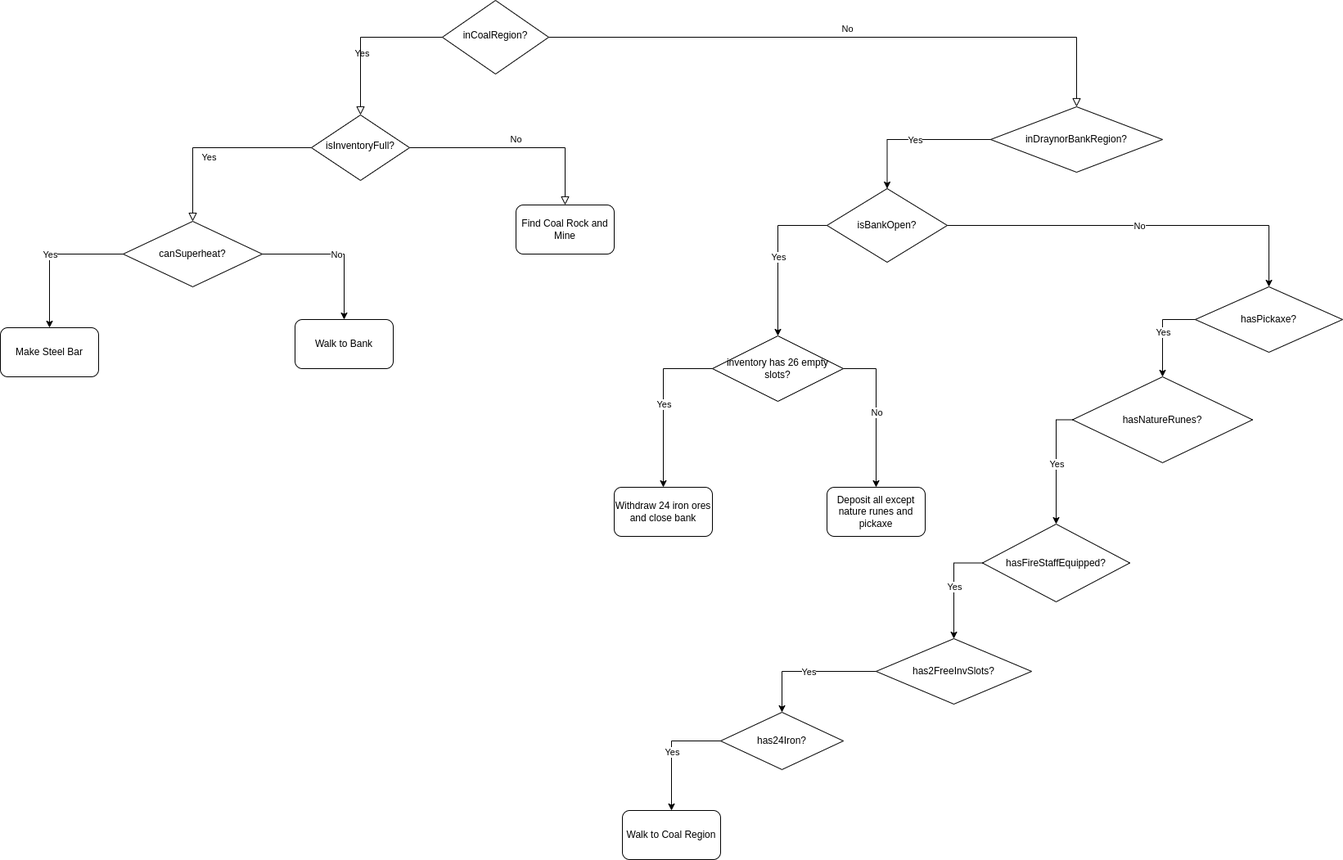
Above: flowchart.png in palyfight/superheat-bot (draw.io), before the change. Source tidied: cells renumbered, new cells last; positions are measured from the earlier drawing's top-left corner, leaving out a move shared by most shapes.
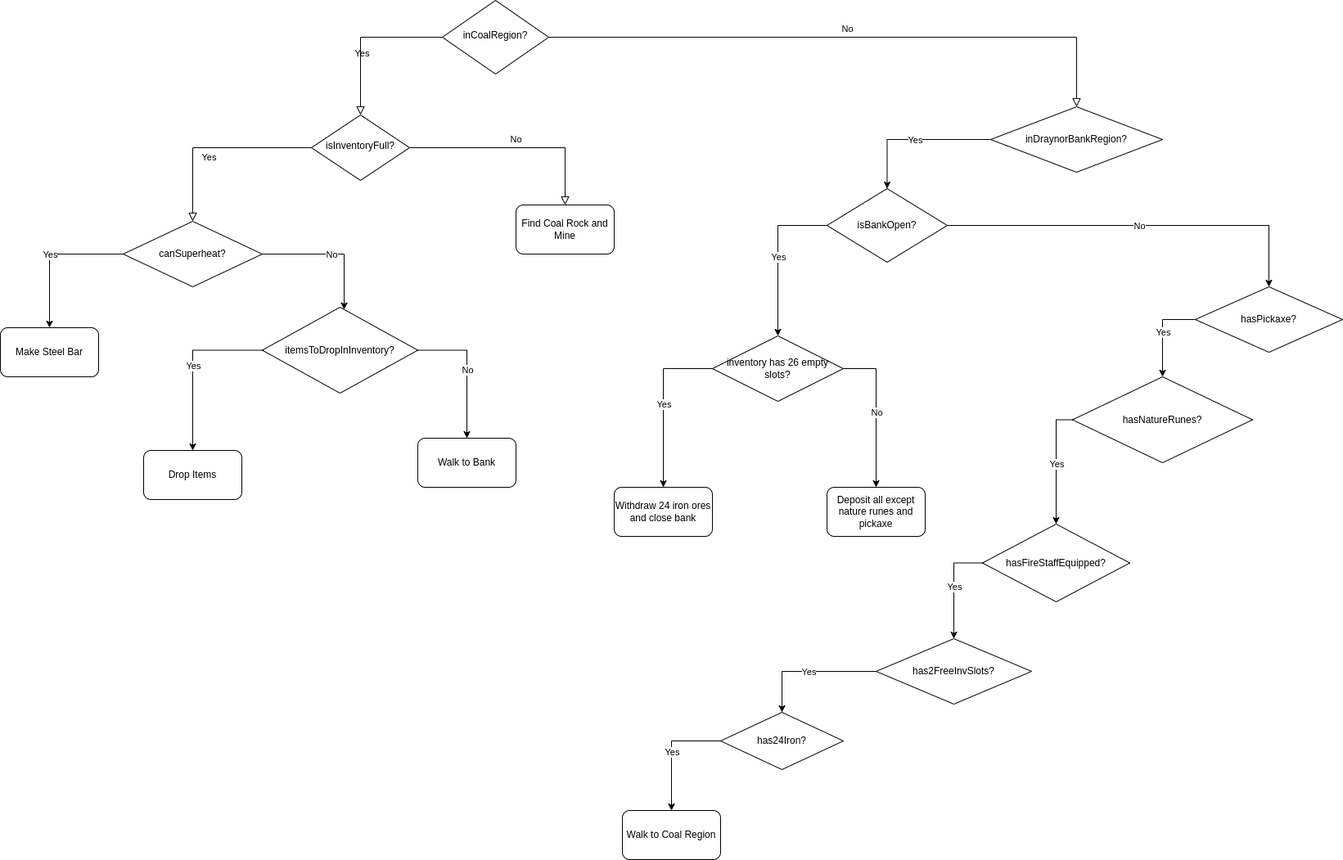
The same file after the commit.

What changed in the source:
```diff
@@ -32,7 +32,7 @@
     <mxCell id="11" value="Make Steel Bar" style="rounded=1;whiteSpace=wrap;html=1;" parent="1" vertex="1">
       <mxGeometry y="400" width="120" height="60" as="geometry" />
     </mxCell>
-    <mxCell id="12" style="endArrow=classic;html=1;rounded=0;exitX=1;exitY=0.5;exitDx=0;exitDy=0;edgeStyle=orthogonalEdgeStyle;" parent="1" edge="1" source="8" target="14">
+    <mxCell id="12" style="endArrow=classic;html=1;rounded=0;exitX=1;exitY=0.5;exitDx=0;exitDy=0;edgeStyle=orthogonalEdgeStyle;" parent="1" edge="1" source="8" target="47">
       <mxGeometry relative="1" as="geometry">
         <Array as="points">
           <mxPoint x="420" y="310" />
@@ -43,9 +43,6 @@
     <mxCell id="13" value="No" style="edgeLabel;html=1;align=center;verticalAlign=middle;" parent="12" vertex="1">
       <mxGeometry relative="1" as="geometry" />
     </mxCell>
-    <mxCell id="14" value="Walk to Bank" style="rounded=1;whiteSpace=wrap;html=1;" parent="1" vertex="1">
-      <mxGeometry x="360" y="390" width="120" height="60" as="geometry" />
-    </mxCell>
     <mxCell id="15" value="Find Coal Rock and Mine" style="rounded=1;whiteSpace=wrap;html=1;" parent="1" vertex="1">
       <mxGeometry x="630" y="250" width="120" height="60" as="geometry" />
     </mxCell>
@@ -142,5 +139,26 @@
     <mxCell id="46" value="Walk to Coal Region" style="rounded=1;whiteSpace=wrap;html=1;" parent="1" vertex="1">
       <mxGeometry x="760" y="990" width="120" height="60" as="geometry" />
     </mxCell>
+    <mxCell id="47" value="itemsToDropInInventory?" style="rhombus;whiteSpace=wrap;html=1;" parent="1" vertex="1">
+      <mxGeometry x="320" y="375" width="190" height="105" as="geometry" />
+    </mxCell>
+    <mxCell id="48" style="endArrow=classic;html=1;rounded=0;exitX=0;exitY=0.5;exitDx=0;exitDy=0;edgeStyle=orthogonalEdgeStyle;" parent="1" edge="1" source="47" target="50">
+      <mxGeometry relative="1" as="geometry" />
+    </mxCell>
+    <mxCell id="49" value="Yes" style="edgeLabel;html=1;align=center;verticalAlign=middle;" parent="48" vertex="1">
+      <mxGeometry relative="1" as="geometry" />
+    </mxCell>
+    <mxCell id="50" value="Drop Items" style="rounded=1;whiteSpace=wrap;html=1;" parent="1" vertex="1">
+      <mxGeometry x="175" y="550" width="120" height="60" as="geometry" />
+    </mxCell>
+    <mxCell id="51" style="endArrow=classic;html=1;rounded=0;exitX=1;exitY=0.5;exitDx=0;exitDy=0;edgeStyle=orthogonalEdgeStyle;" parent="1" edge="1" source="47" target="14">
+      <mxGeometry relative="1" as="geometry" />
+    </mxCell>
+    <mxCell id="52" value="No" style="edgeLabel;html=1;align=center;verticalAlign=middle;" parent="51" vertex="1">
+      <mxGeometry relative="1" as="geometry" />
+    </mxCell>
+    <mxCell id="14" value="Walk to Bank" style="rounded=1;whiteSpace=wrap;html=1;" parent="1" vertex="1">
+      <mxGeometry x="510" y="535" width="120" height="60" as="geometry" />
+    </mxCell>
   </root>
 </mxGraphModel>
```
